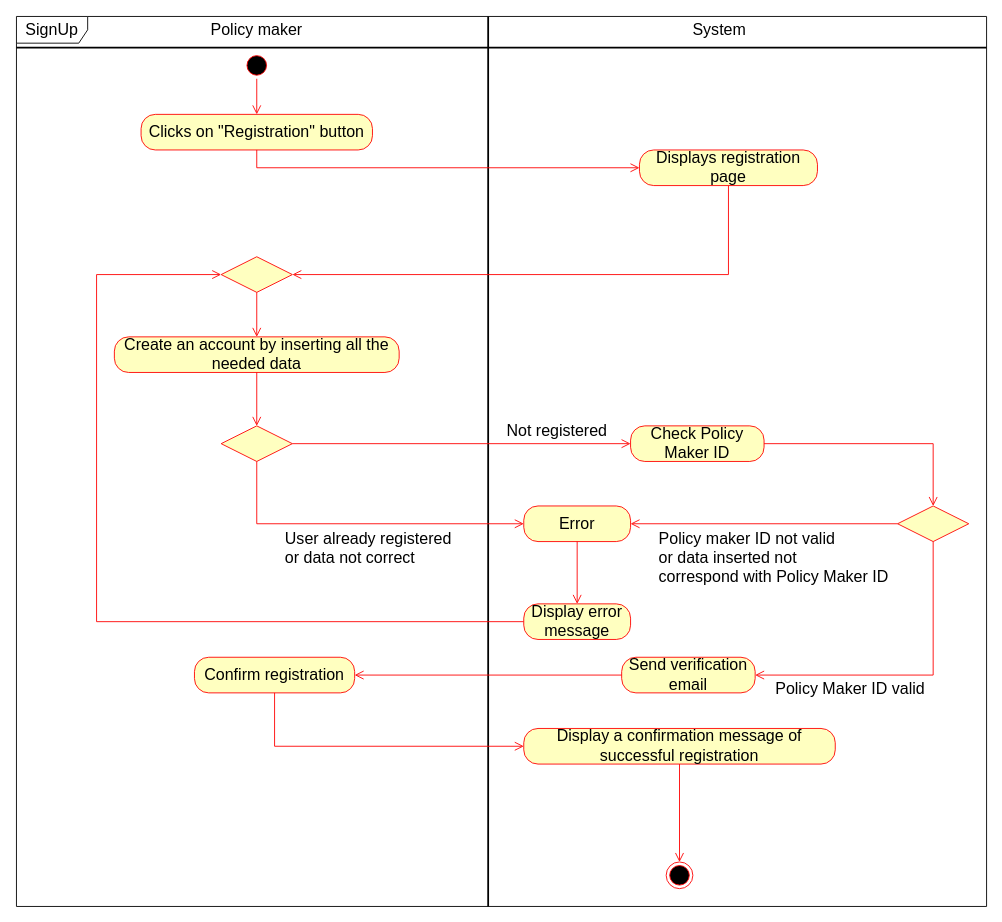
The draw.io diagram page "SignUp" (1 of 7) of Use cases diagram/PolicyMaker.drawio in matteovisotto/SE2-CecchettoSirianiVisotto, before the edit. Source tidied: cells renumbered, new cells numbered last; positions are measured from the earlier drawing's top-left corner, leaving out a move shared by most shapes. Both pictures are drawn from the tidied source at 89%, with x=0, y=0 at pixel (16, 16).
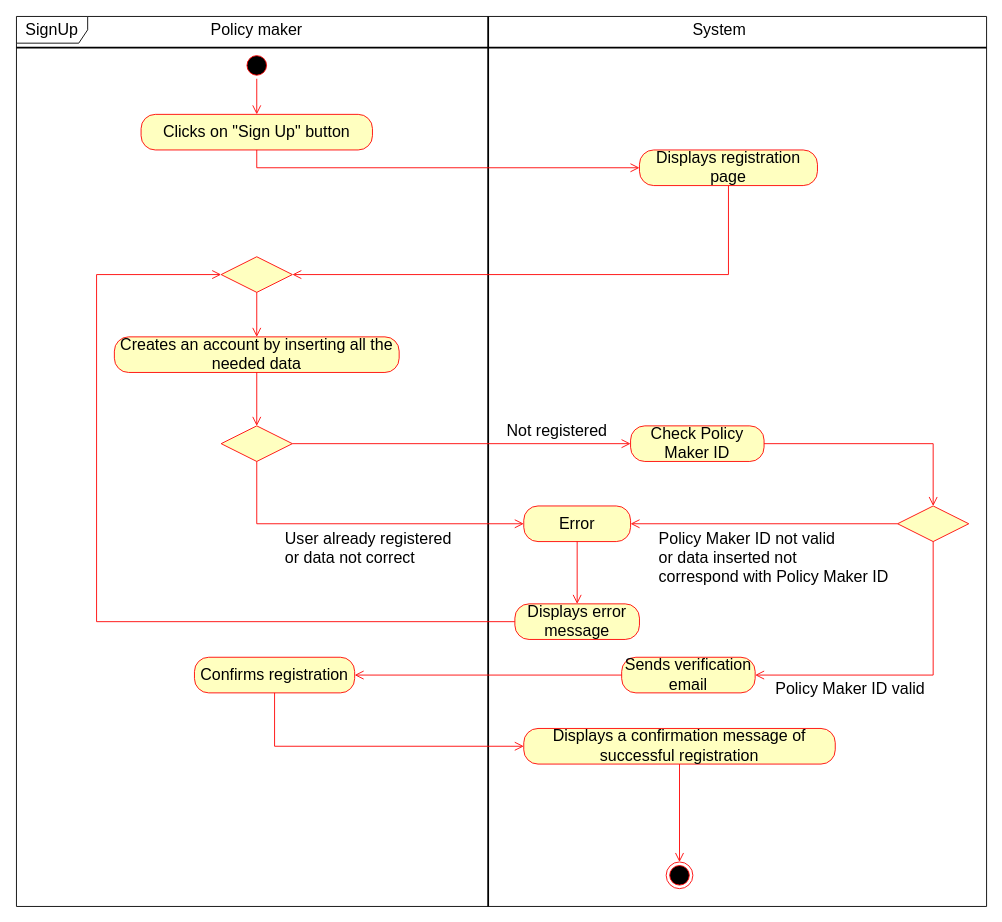
After the change.

The change refers to these unchanged cells:
```xml
<mxCell id="24" value="&lt;font style=&quot;font-size: 18px&quot;&gt;Error&lt;/font&gt;" style="rounded=1;whiteSpace=wrap;html=1;arcSize=40;fontColor=#000000;fillColor=#ffffc0;strokeColor=#ff0000;" parent="1" vertex="1">
  <mxGeometry x="570" y="550" width="120" height="40" as="geometry" />
</mxCell>
<mxCell id="29" style="rhombus;whiteSpace=wrap;html=1;fillColor=#ffffc0;strokeColor=#ff0000;" parent="1" vertex="1">
  <mxGeometry x="990" y="550" width="80" height="40" as="geometry" />
</mxCell>
```

Diff of the diagram source:
```diff
@@
-    <mxCell id="8" value="&lt;font style=&quot;font-size: 18px&quot;&gt;Create an account by inserting all the needed data&lt;/font&gt;" style="rounded=1;whiteSpace=wrap;html=1;arcSize=40;fontColor=#000000;fillColor=#ffffc0;strokeColor=#ff0000;" parent="1" vertex="1">
+    <mxCell id="8" value="&lt;font style=&quot;font-size: 18px&quot;&gt;Creates an account by inserting all the needed data&lt;/font&gt;" style="rounded=1;whiteSpace=wrap;html=1;arcSize=40;fontColor=#000000;fillColor=#ffffc0;strokeColor=#ff0000;" parent="1" vertex="1">
       <mxGeometry x="110" y="360" width="320" height="40" as="geometry" />
     </mxCell>
@@
-    <mxCell id="14" value="&lt;font style=&quot;font-size: 18px&quot;&gt;Send verification email&lt;/font&gt;" style="rounded=1;whiteSpace=wrap;html=1;arcSize=40;fontColor=#000000;fillColor=#ffffc0;strokeColor=#ff0000;" parent="1" vertex="1">
+    <mxCell id="14" value="&lt;font style=&quot;font-size: 18px&quot;&gt;Sends verification email&lt;/font&gt;" style="rounded=1;whiteSpace=wrap;html=1;arcSize=40;fontColor=#000000;fillColor=#ffffc0;strokeColor=#ff0000;" parent="1" vertex="1">
       <mxGeometry x="680" y="720" width="150" height="40" as="geometry" />
     </mxCell>
-    <mxCell id="15" value="&lt;font style=&quot;font-size: 18px&quot;&gt;Confirm registration&lt;/font&gt;" style="rounded=1;whiteSpace=wrap;html=1;arcSize=40;fontColor=#000000;fillColor=#ffffc0;strokeColor=#ff0000;" parent="1" vertex="1">
+    <mxCell id="15" value="&lt;font style=&quot;font-size: 18px&quot;&gt;Confirms registration&lt;/font&gt;" style="rounded=1;whiteSpace=wrap;html=1;arcSize=40;fontColor=#000000;fillColor=#ffffc0;strokeColor=#ff0000;" parent="1" vertex="1">
       <mxGeometry x="200" y="720" width="180" height="40" as="geometry" />
     </mxCell>
@@
-    <mxCell id="17" value="&lt;font style=&quot;font-size: 18px&quot;&gt;Display a confirmation message of successful registration&lt;/font&gt;" style="rounded=1;whiteSpace=wrap;html=1;arcSize=40;fontColor=#000000;fillColor=#ffffc0;strokeColor=#ff0000;" parent="1" vertex="1">
+    <mxCell id="17" value="&lt;font style=&quot;font-size: 18px&quot;&gt;Displays a confirmation message of successful registration&lt;/font&gt;" style="rounded=1;whiteSpace=wrap;html=1;arcSize=40;fontColor=#000000;fillColor=#ffffc0;strokeColor=#ff0000;" parent="1" vertex="1">
       <mxGeometry x="570" y="800" width="350" height="40" as="geometry" />
     </mxCell>
@@
-    <mxCell id="23" value="&lt;font style=&quot;font-size: 18px&quot;&gt;Display error message&lt;/font&gt;" style="rounded=1;whiteSpace=wrap;html=1;arcSize=40;fontColor=#000000;fillColor=#ffffc0;strokeColor=#ff0000;" parent="1" vertex="1">
-      <mxGeometry x="570" y="660" width="120" height="40" as="geometry" />
+    <mxCell id="23" value="&lt;font style=&quot;font-size: 18px&quot;&gt;Displays error message&lt;/font&gt;" style="rounded=1;whiteSpace=wrap;html=1;arcSize=40;fontColor=#000000;fillColor=#ffffc0;strokeColor=#ff0000;" parent="1" vertex="1">
+      <mxGeometry x="560" y="660" width="140" height="40" as="geometry" />
     </mxCell>
@@
-    <mxCell id="31" value="&lt;font style=&quot;font-size: 18px&quot;&gt;&lt;span&gt;Policy maker ID not valid&lt;br&gt;or data inserted&amp;nbsp;&lt;/span&gt;&lt;span&gt;not&lt;br&gt;correspond with Policy Maker ID&lt;/span&gt;&lt;/font&gt;" style="edgeStyle=orthogonalEdgeStyle;html=1;align=left;verticalAlign=top;endArrow=open;endSize=8;strokeColor=#ff0000;rounded=0;" parent="1" edge="1" source="29" target="24">
+    <mxCell id="31" value="&lt;font style=&quot;font-size: 18px&quot;&gt;&lt;span&gt;Policy Maker ID not valid&lt;br&gt;or data inserted&amp;nbsp;&lt;/span&gt;&lt;span&gt;not&lt;br&gt;correspond with Policy Maker ID&lt;/span&gt;&lt;/font&gt;" style="edgeStyle=orthogonalEdgeStyle;html=1;align=left;verticalAlign=top;endArrow=open;endSize=8;strokeColor=#ff0000;rounded=0;" parent="1" edge="1" source="29" target="24">
       <mxGeometry x="0.8" relative="1" as="geometry" />
     </mxCell>
-    <mxCell id="32" value="&lt;font style=&quot;font-size: 18px&quot;&gt;Clicks on &quot;Registration&quot; button&lt;/font&gt;" style="rounded=1;whiteSpace=wrap;html=1;arcSize=40;fontColor=#000000;fillColor=#ffffc0;strokeColor=#ff0000;" parent="1" vertex="1">
+    <mxCell id="32" value="&lt;font style=&quot;font-size: 18px&quot;&gt;Clicks on &quot;Sign Up&quot; button&lt;/font&gt;" style="rounded=1;whiteSpace=wrap;html=1;arcSize=40;fontColor=#000000;fillColor=#ffffc0;strokeColor=#ff0000;" parent="1" vertex="1">
       <mxGeometry x="140" y="110" width="260" height="40" as="geometry" />
     </mxCell>
```
